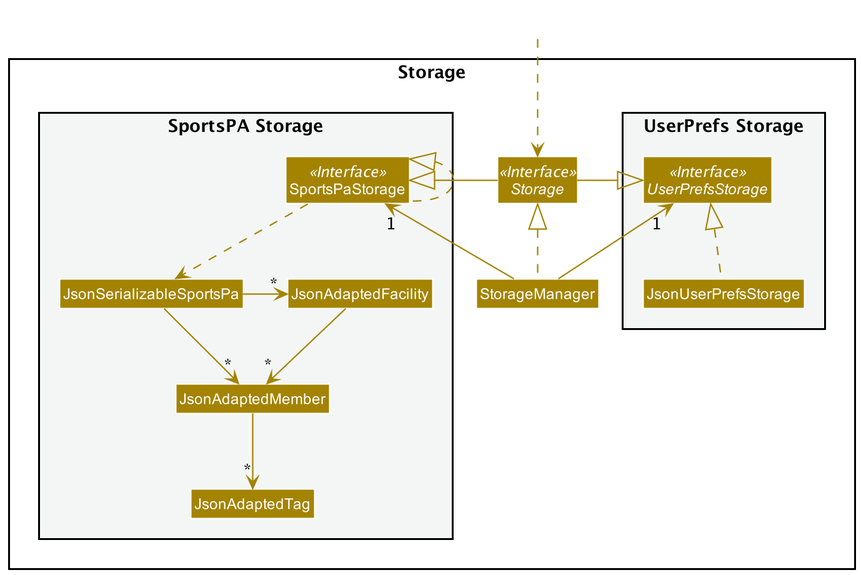
Before: docs/images/StorageClassDiagram.png, a diagram exported from PlantUML (nus-cs2103-AY2122S1/tp). Its source is kept beside it as docs/diagrams/StorageClassDiagram.puml.
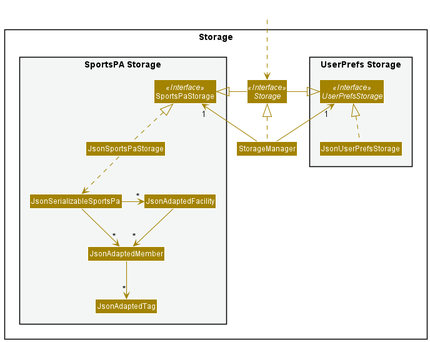
After the change.

Change to the diagram source:
```diff
@@ -17,6 +17,7 @@
 package "SportsPA Storage" #F4F6F6{
 Interface SportsPaStorage <<Interface>>
 Class SportsPaStorage
+Class JsonSportsPaStorage
 Class JsonSerializableSportsPa
 Class JsonAdaptedMember
 Class JsonAdaptedFacility
@@ -36,8 +37,8 @@
 Storage -right-|> SportsPaStorage
 
 JsonUserPrefsStorage .up.|> UserPrefsStorage
-SportsPaStorage .up.|> SportsPaStorage
-SportsPaStorage ..> JsonSerializableSportsPa
+JsonSportsPaStorage .up.|> SportsPaStorage
+JsonSportsPaStorage ..> JsonSerializableSportsPa
 JsonSerializableSportsPa --> "*" JsonAdaptedMember
 JsonSerializableSportsPa -> "*" JsonAdaptedFacility
 JsonAdaptedFacility --> "*" JsonAdaptedMember
```
